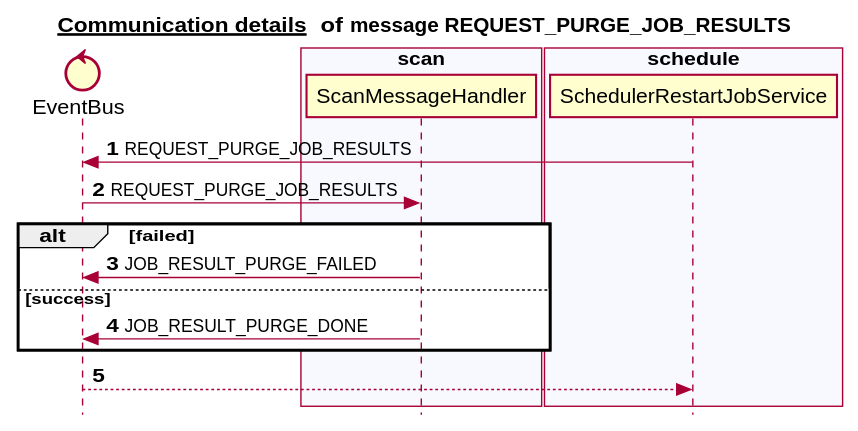
Before: docs/latest/images/gen_domain_messaging_request_purge_job_results.svg, a diagram exported from PlantUML (mercedes-benz/sechub).
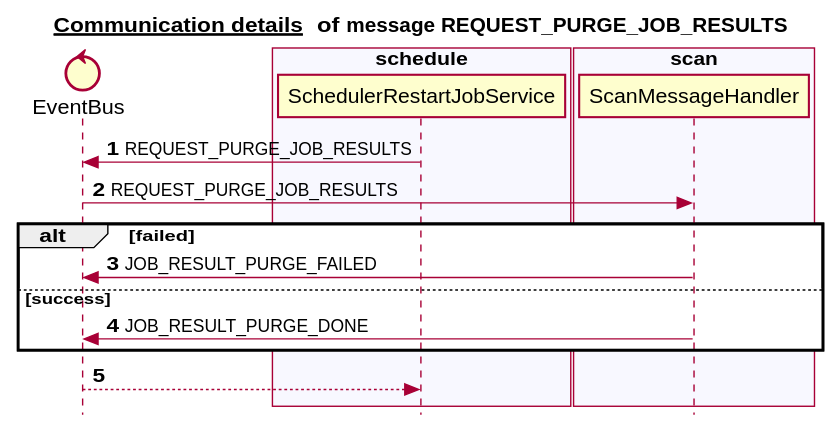
Above is the later version.

Change to the diagram source:
```diff
@@ -6,15 +6,15 @@
 
 
 control EventBus
+box "administration" #C8C8CF
+end box
+box "schedule" #F8F8FF
+   participant SchedulerRestartJobService
+end box
 box "authorization" #C8C8CF
 end box
 box "scan" #F8F8FF
    participant ScanMessageHandler
-end box
-box "administration" #C8C8CF
-end box
-box "schedule" #F8F8FF
-   participant SchedulerRestartJobService
 end box
 box "notification" #C8C8CF
 end box
```
